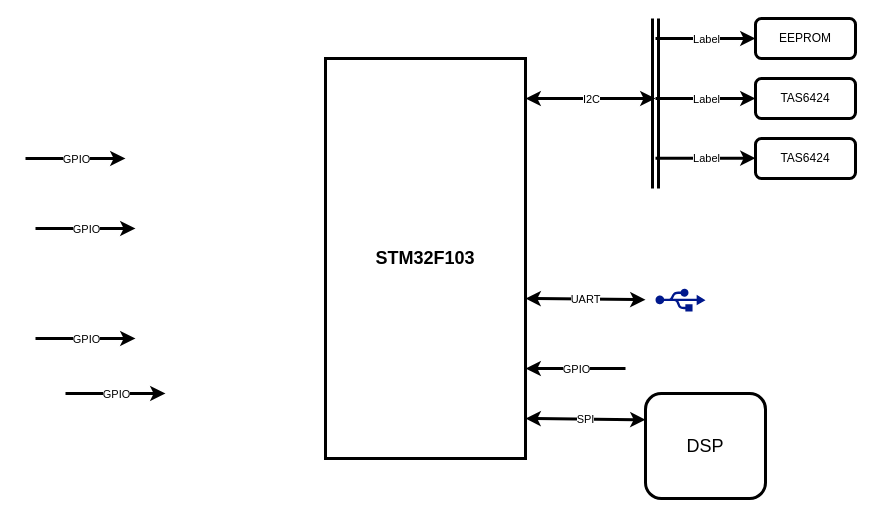
The draw.io diagram page "第 6 页" (6 of 6) of DSP_UART.drawio in yintianlan/Picture_Draw, before the edit. Source tidied: cells renumbered, new cells numbered last; positions are measured from the earlier drawing's top-left corner, leaving out a move shared by most shapes. Both pictures are drawn from the tidied source at 100%, with x=0, y=0 at pixel (25, 18).
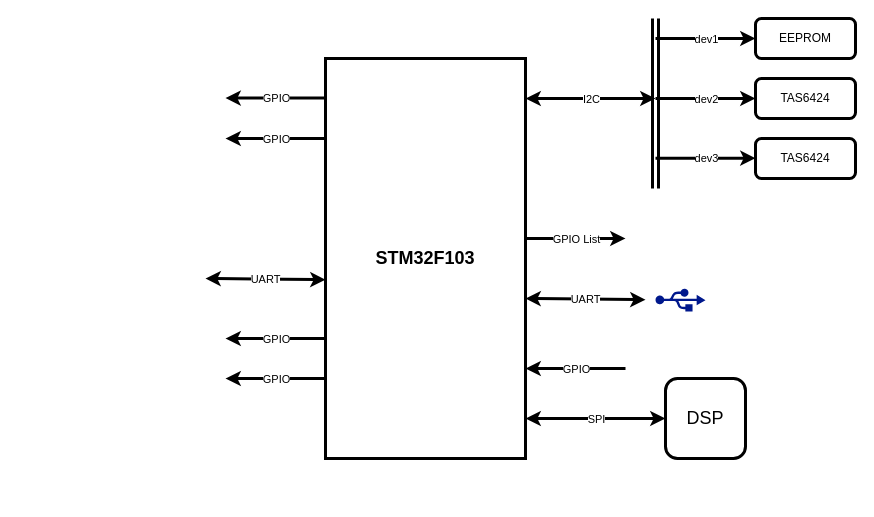
The same diagram, later.

The change refers to these unchanged cells:
```xml
<mxCell id="11" style="endArrow=classic;html=1;strokeWidth=3;" parent="1" edge="1">
  <mxGeometry relative="1" as="geometry">
    <mxPoint x="630" y="20" as="sourcePoint" />
    <mxPoint x="730" y="20" as="targetPoint" />
  </mxGeometry>
</mxCell>
<mxCell id="13" style="endArrow=classic;html=1;strokeWidth=3;" parent="1" edge="1">
  <mxGeometry relative="1" as="geometry">
    <mxPoint x="630" y="80" as="sourcePoint" />
    <mxPoint x="730" y="80" as="targetPoint" />
  </mxGeometry>
</mxCell>
<mxCell id="15" style="endArrow=classic;html=1;strokeWidth=3;" parent="1" edge="1">
  <mxGeometry relative="1" as="geometry">
    <mxPoint x="630" y="139.7" as="sourcePoint" />
    <mxPoint x="730" y="139.7" as="targetPoint" />
  </mxGeometry>
</mxCell>
```

Change to the diagram source:
```diff
@@
     <mxCell id="3" value="&lt;font style=&quot;font-size: 18px&quot;&gt;DSP&lt;/font&gt;" style="rounded=1;whiteSpace=wrap;html=1;strokeWidth=3;" parent="1" vertex="1">
-      <mxGeometry x="620" y="375" width="120" height="105" as="geometry" />
+      <mxGeometry x="640" y="360" width="80" height="80" as="geometry" />
     </mxCell>
@@
-    <mxCell id="5" style="endArrow=classic;html=1;strokeWidth=3;entryX=0;entryY=0.25;entryDx=0;entryDy=0;startArrow=classic;startFill=1;" parent="1" edge="1" target="3">
+    <mxCell id="5" style="endArrow=classic;html=1;strokeWidth=3;startArrow=classic;startFill=1;entryX=0;entryY=0.5;entryDx=0;entryDy=0;" parent="1" edge="1" target="3">
       <mxGeometry relative="1" as="geometry">
         <mxPoint x="500" y="400" as="sourcePoint" />
       </mxGeometry>
     </mxCell>
@@
     <mxCell id="9" style="endArrow=classic;html=1;strokeWidth=3;" parent="1" edge="1">
       <mxGeometry relative="1" as="geometry">
-        <mxPoint y="140" as="sourcePoint" />
-        <mxPoint x="100" y="140" as="targetPoint" />
+        <mxPoint x="300" y="79.6" as="sourcePoint" />
+        <mxPoint x="200" y="79.6" as="targetPoint" />
       </mxGeometry>
     </mxCell>
@@
-    <mxCell id="12" value="Label" style="edgeLabel;html=1;align=center;verticalAlign=middle;" parent="11" vertex="1">
+    <mxCell id="12" value="dev1" style="edgeLabel;html=1;align=center;verticalAlign=middle;" parent="11" vertex="1">
       <mxGeometry relative="1" as="geometry" />
     </mxCell>
@@
-    <mxCell id="14" value="Label" style="edgeLabel;html=1;align=center;verticalAlign=middle;" parent="13" vertex="1">
+    <mxCell id="14" value="dev2" style="edgeLabel;html=1;align=center;verticalAlign=middle;" parent="13" vertex="1">
       <mxGeometry relative="1" as="geometry" />
     </mxCell>
@@
-    <mxCell id="16" value="Label" style="edgeLabel;html=1;align=center;verticalAlign=middle;" parent="15" vertex="1">
+    <mxCell id="16" value="dev3" style="edgeLabel;html=1;align=center;verticalAlign=middle;" parent="15" vertex="1">
       <mxGeometry relative="1" as="geometry" />
     </mxCell>
     <mxCell id="17" style="endArrow=classic;html=1;strokeWidth=3;" parent="1" edge="1">
       <mxGeometry relative="1" as="geometry">
-        <mxPoint x="10" y="210" as="sourcePoint" />
-        <mxPoint x="110" y="210" as="targetPoint" />
+        <mxPoint x="300" y="120" as="sourcePoint" />
+        <mxPoint x="200" y="120" as="targetPoint" />
       </mxGeometry>
     </mxCell>
@@
     <mxCell id="19" style="endArrow=classic;html=1;strokeWidth=3;" parent="1" edge="1">
       <mxGeometry relative="1" as="geometry">
-        <mxPoint x="10" y="320" as="sourcePoint" />
-        <mxPoint x="110" y="320" as="targetPoint" />
+        <mxPoint x="300" y="320" as="sourcePoint" />
+        <mxPoint x="200" y="320" as="targetPoint" />
       </mxGeometry>
     </mxCell>
@@
     <mxCell id="26" style="endArrow=classic;html=1;strokeWidth=3;" parent="1" edge="1">
       <mxGeometry relative="1" as="geometry">
-        <mxPoint x="40" y="375" as="sourcePoint" />
-        <mxPoint x="140" y="375" as="targetPoint" />
+        <mxPoint x="300" y="360" as="sourcePoint" />
+        <mxPoint x="200" y="360" as="targetPoint" />
       </mxGeometry>
     </mxCell>
@@
+    <mxCell id="31" style="endArrow=classic;html=1;strokeWidth=3;entryX=0;entryY=0.25;entryDx=0;entryDy=0;startArrow=classic;startFill=1;" parent="1" edge="1">
+      <mxGeometry relative="1" as="geometry">
+        <mxPoint x="180" y="260" as="sourcePoint" />
+        <mxPoint x="300" y="261.2" as="targetPoint" />
+      </mxGeometry>
+    </mxCell>
+    <mxCell id="32" value="UART" style="edgeLabel;html=1;align=center;verticalAlign=middle;" parent="31" vertex="1">
+      <mxGeometry relative="1" as="geometry" />
+    </mxCell>
+    <mxCell id="33" style="endArrow=classic;html=1;strokeWidth=3;" parent="1" edge="1">
+      <mxGeometry relative="1" as="geometry">
+        <mxPoint x="500" y="220" as="sourcePoint" />
+        <mxPoint x="600" y="220" as="targetPoint" />
+      </mxGeometry>
+    </mxCell>
+    <mxCell id="34" value="GPIO List" style="edgeLabel;html=1;align=center;verticalAlign=middle;" parent="33" vertex="1">
+      <mxGeometry relative="1" as="geometry" />
+    </mxCell>
```
